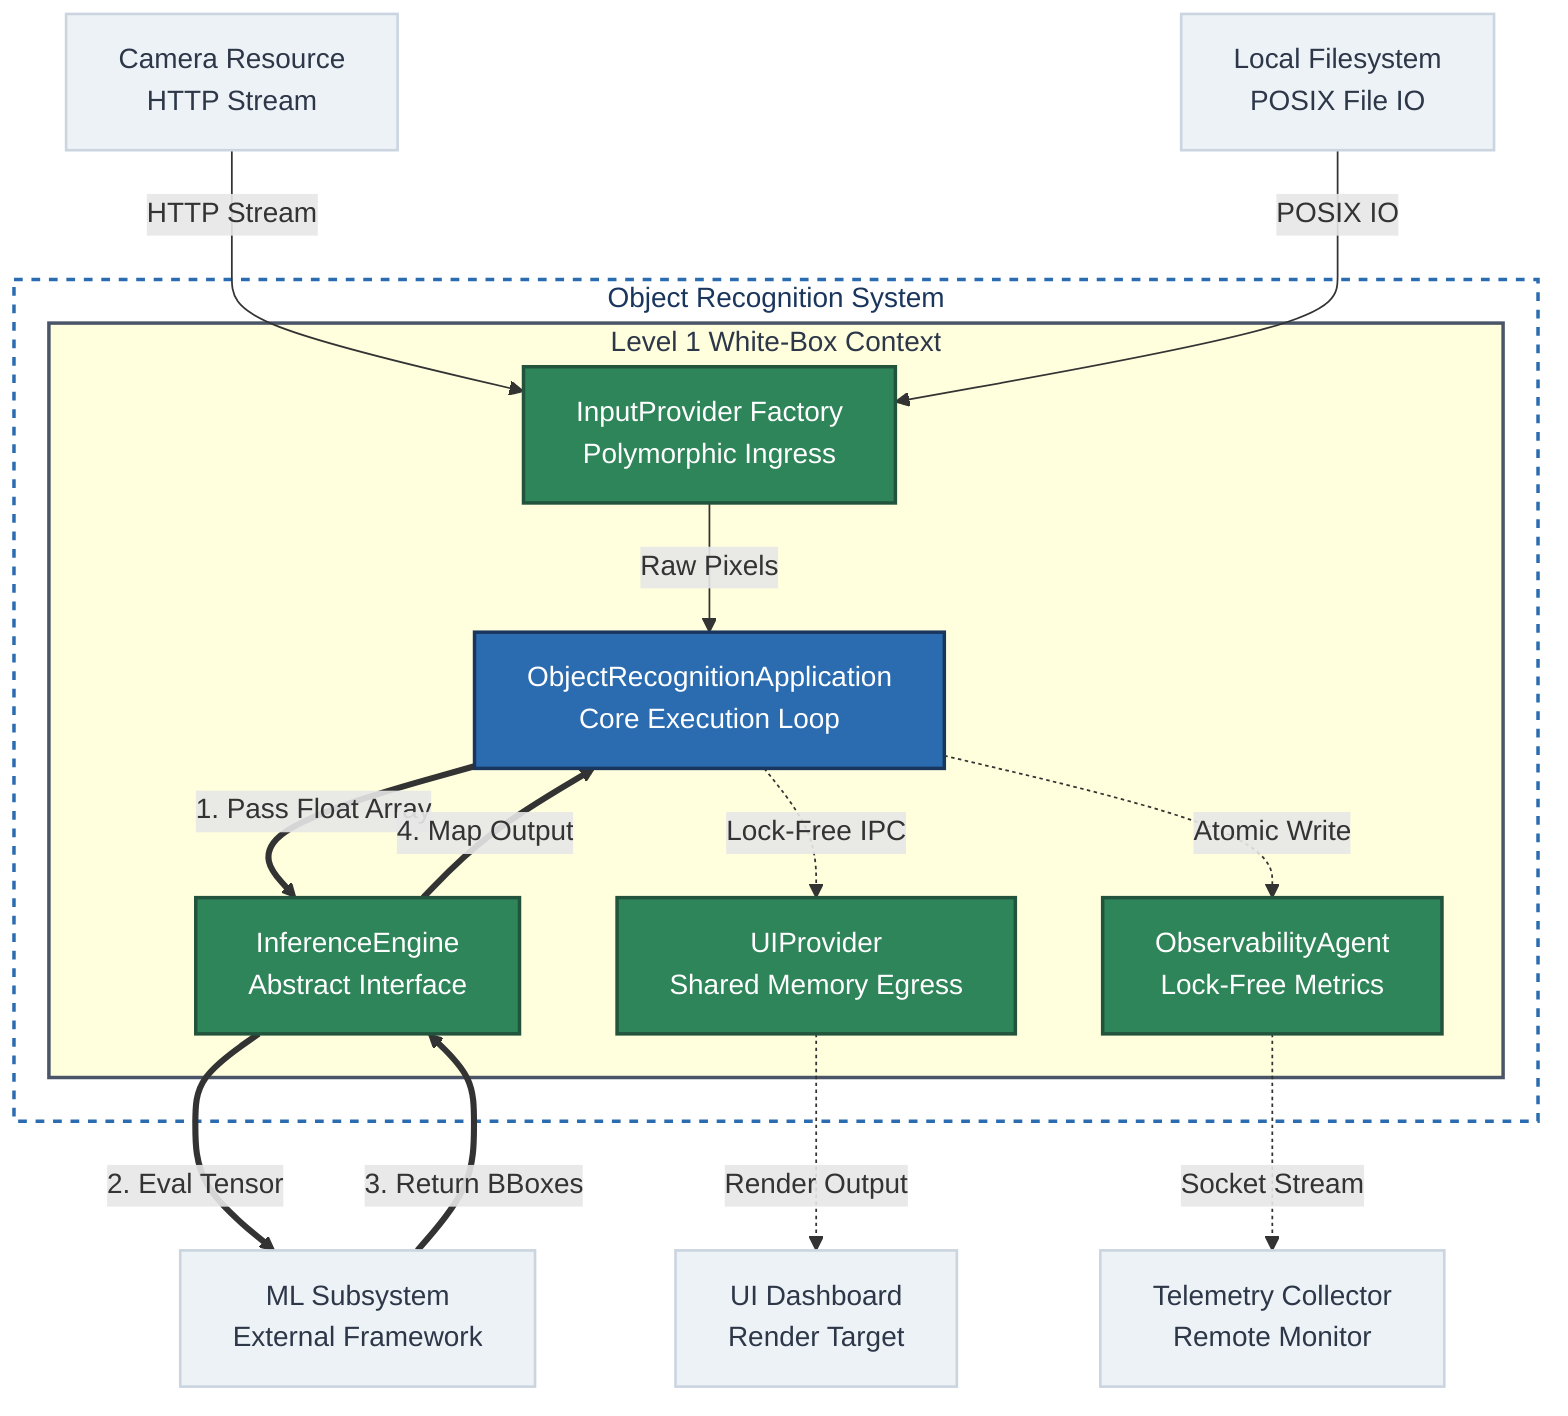
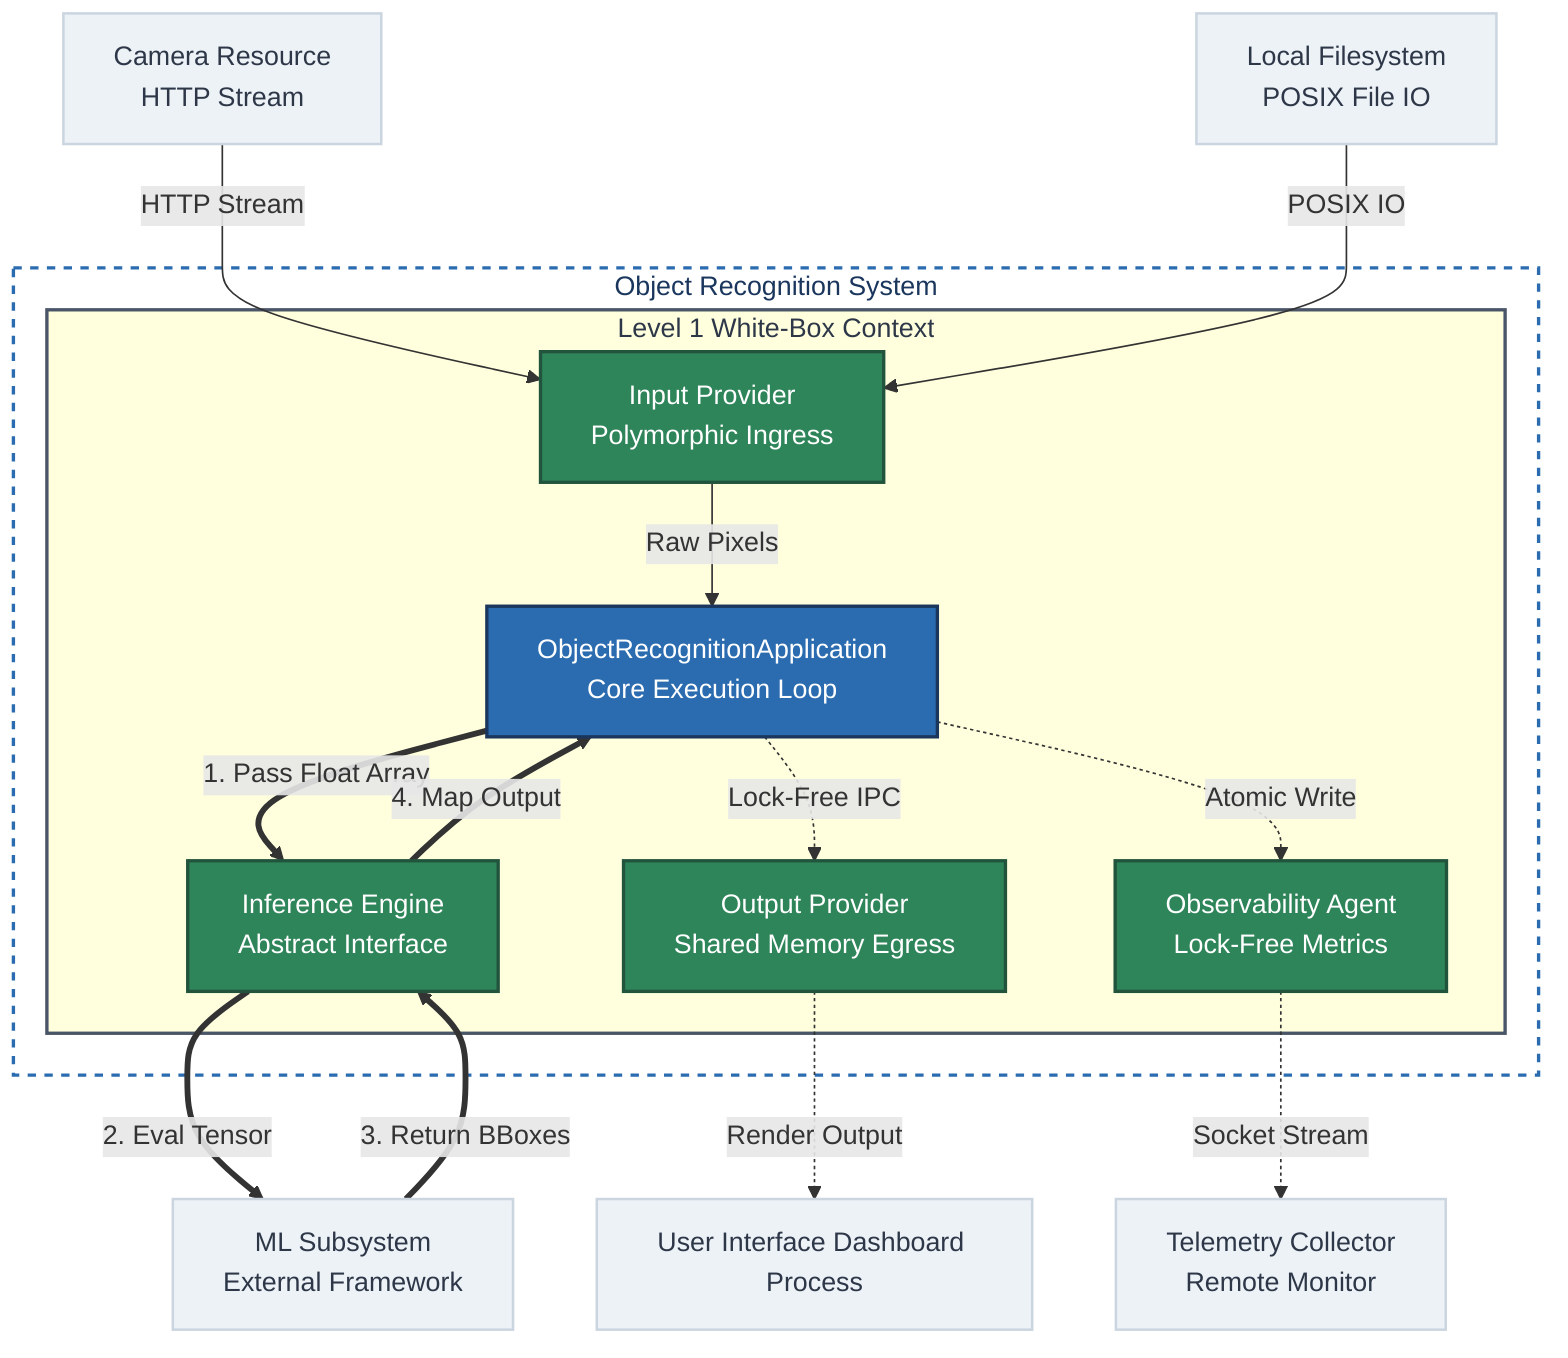
graph TD
    %% Component Style Definitions
    classDef systemBoundary fill:none,stroke:#4a5568,stroke-width:2px,stroke-dasharray:5 5;
    classDef internalCore fill:#2b6cb0,stroke:#1a365d,stroke-width:2px,color:#fff;
    classDef internalBoundary fill:#2f855a,stroke:#22543d,stroke-width:2px,color:#fff;
    classDef externalNeighbor fill:#edf2f7,stroke:#cbd5e0,stroke-width:1.5px,color:#2d3748;

    %% Overall System Wrapper (Non-Gray Boundary Box)
    subgraph SystemWrapper ["Object Recognition System"]

        %% White-Box System Boundary
        subgraph WhiteBoxBoundary ["Level 1 White-Box Context"]

            %% Internal Boundary Layer Intermediaries (Green Blocks)
-             IN_INGRESS["InputProvider Factory<br/>Polymorphic Ingress"]:::internalBoundary
-             IN_ENGINE["InferenceEngine<br/>Abstract Interface"]:::internalBoundary
-             IN_EGRESS["UIProvider<br/>Shared Memory Egress"]:::internalBoundary
-             IN_OBS["ObservabilityAgent<br/>Lock-Free Metrics"]:::internalBoundary
+             IN_INGRESS["Input Provider<br/>Polymorphic Ingress"]:::internalBoundary
+             IN_ENGINE["Inference Engine<br/>Abstract Interface"]:::internalBoundary
+             IN_EGRESS["Output Provider<br/>Shared Memory Egress"]:::internalBoundary
+             IN_OBS["Observability Agent<br/>Lock-Free Metrics"]:::internalBoundary

            %% Core Domain Logic Processing Engine (Blue Block)
            IN_CORE["ObjectRecognitionApplication<br/>Core Execution Loop"]:::internalCore

        end
    end

    %% External Systems (Grey Blocks outside the system wrapper)
    EXT_CAM["Camera Resource<br/>HTTP Stream"]:::externalNeighbor
    EXT_FILE["Local Filesystem<br/>POSIX File IO"]:::externalNeighbor
-     EXT_UI["UI Dashboard<br/>Render Target"]:::externalNeighbor
+     EXT_UI["User Interface Dashboard Process"]:::externalNeighbor
    EXT_TEL["Telemetry Collector<br/>Remote Monitor"]:::externalNeighbor
    EXT_ML["ML Subsystem<br/>External Framework"]:::externalNeighbor

    %% Inbound Ingress Subsystem Data Flows
    EXT_CAM -->|HTTP Stream| IN_INGRESS
    EXT_FILE -->|POSIX IO| IN_INGRESS
    IN_INGRESS -->|Raw Pixels| IN_CORE

    %% Core Dynamic Math Calculations VTable Loop
    IN_CORE == "1. Pass Float Array" ==> IN_ENGINE
    IN_ENGINE == "2. Eval Tensor" ==> EXT_ML
    EXT_ML == "3. Return BBoxes" ==> IN_ENGINE
    IN_ENGINE == "4. Map Output" ==> IN_CORE

    %% Outbound Egress Subsystem Data Flows
    IN_CORE -.->|Lock-Free IPC| IN_EGRESS
    IN_EGRESS -.->|Render Output| EXT_UI

    %% Asynchronous Out-of-Band Telemetry Flow
    IN_CORE -.->|Atomic Write| IN_OBS
    IN_OBS -.->|Socket Stream| EXT_TEL

    %% Assign styles to subgraph label containers
    style SystemWrapper fill:none,stroke:#2b6cb0,stroke-width:2px,stroke-dasharray:5 5,color:#1a365d;
    style WhiteBoxBoundary color:#2d3748,stroke:#4a5568,stroke-width:2px;
